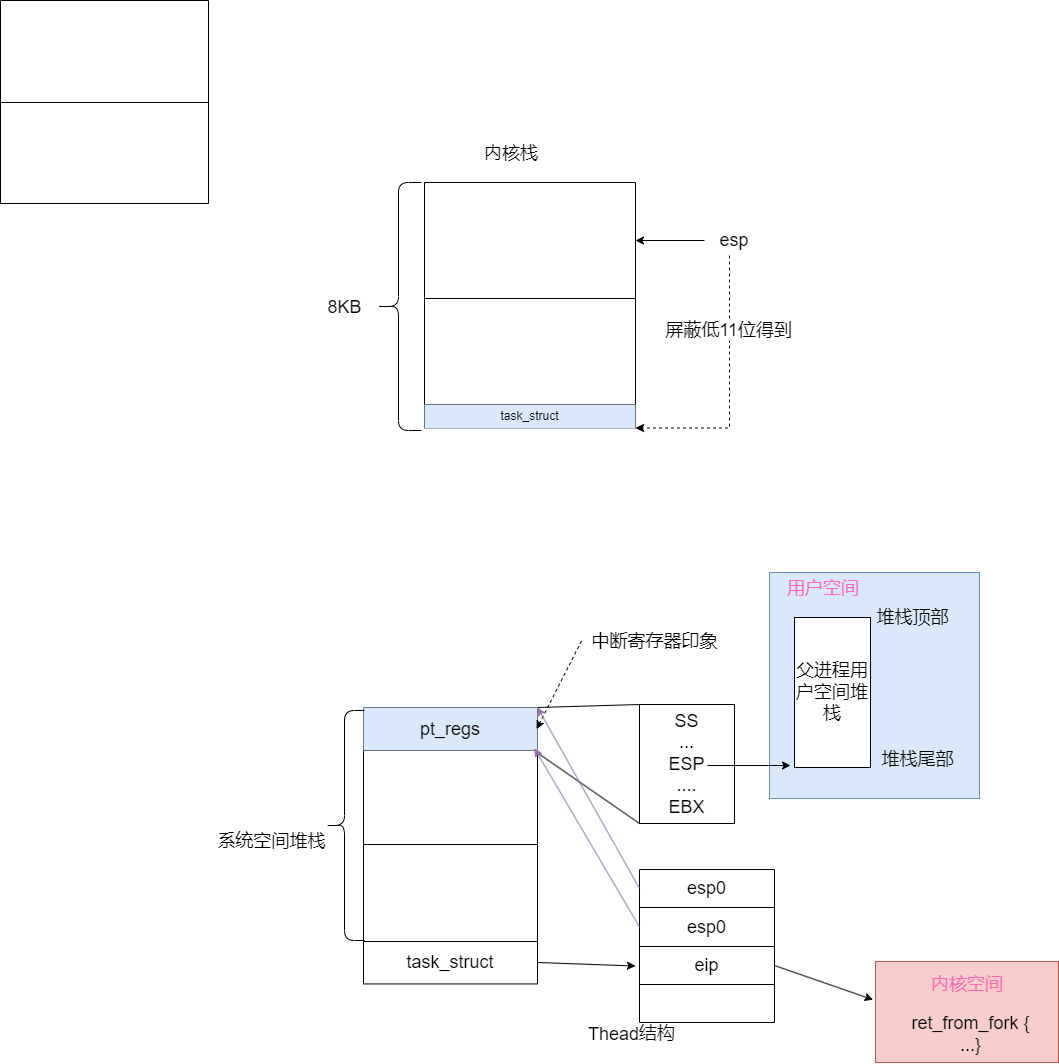
Above: OS/linux内核源代码情景分析/第四章/4.1.drawio.png in SixPlusAndTimes/drawio (draw.io), before the change. Source tidied: cells renumbered, new cells last; positions are measured from the earlier drawing's top-left corner, leaving out a move shared by most shapes.
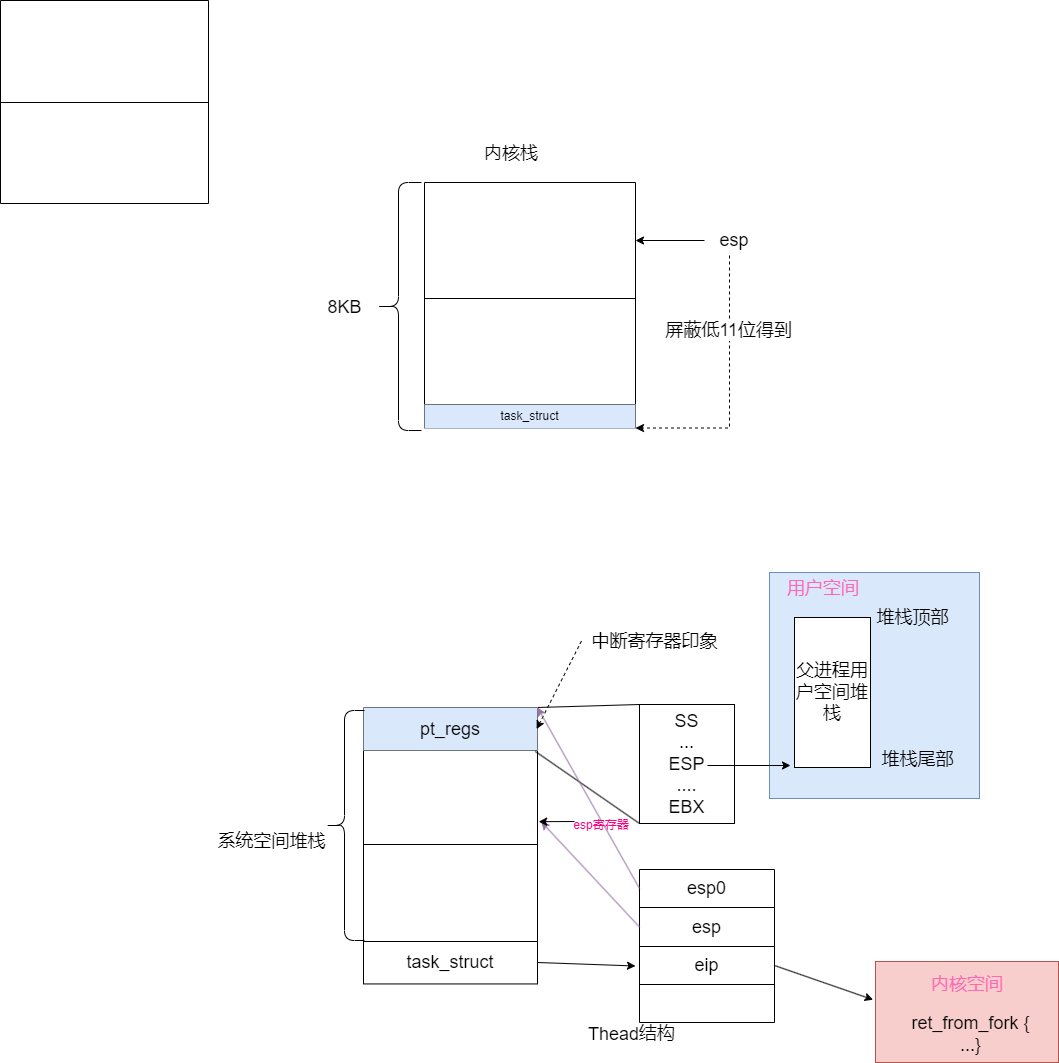
The same diagram one commit later.

What changed in the source:
```diff
@@ -152,7 +152,7 @@
     <mxCell id="48" style="shape=tableRow;horizontal=0;startSize=0;swimlaneHead=0;swimlaneBody=0;top=0;left=0;bottom=0;right=0;fillColor=none;points=[[0,0.5],[1,0.5]];portConstraint=eastwest;fontSize=18;" parent="45" vertex="1">
       <mxGeometry y="38" width="135" height="39" as="geometry" />
     </mxCell>
-    <mxCell id="49" value="esp0" style="shape=partialRectangle;html=1;whiteSpace=wrap;overflow=hidden;fillColor=none;top=0;left=0;bottom=0;right=0;fontSize=18;" parent="48" vertex="1">
+    <mxCell id="49" value="esp" style="shape=partialRectangle;html=1;whiteSpace=wrap;overflow=hidden;fillColor=none;top=0;left=0;bottom=0;right=0;fontSize=18;" parent="48" vertex="1">
       <mxGeometry width="135" height="39" as="geometry" />
     </mxCell>
     <mxCell id="50" style="shape=tableRow;horizontal=0;startSize=0;swimlaneHead=0;swimlaneBody=0;top=0;left=0;bottom=0;right=0;fillColor=none;points=[[0,0.5],[1,0.5]];portConstraint=eastwest;fontSize=18;" parent="45" vertex="1">
@@ -170,7 +170,7 @@
     <mxCell id="54" style="edgeStyle=none;rounded=0;jettySize=auto;html=1;exitX=0;exitY=0.5;exitDx=0;exitDy=0;entryX=1;entryY=0;entryDx=0;entryDy=0;fontSize=18;endArrow=classic;endFill=1;fillColor=#e1d5e7;strokeColor=#9673a6;" parent="1" edge="1" source="46" target="23">
       <mxGeometry relative="1" as="geometry" />
     </mxCell>
-    <mxCell id="55" style="edgeStyle=none;rounded=0;jettySize=auto;html=1;exitX=0;exitY=0.5;exitDx=0;exitDy=0;entryX=0.982;entryY=-0.024;entryDx=0;entryDy=0;entryPerimeter=0;fontSize=18;endArrow=classic;endFill=1;fillColor=#e1d5e7;strokeColor=#9673a6;" parent="1" edge="1" source="48" target="26">
+    <mxCell id="55" style="edgeStyle=none;rounded=0;jettySize=auto;html=1;exitX=0;exitY=0.5;exitDx=0;exitDy=0;entryX=1.021;entryY=0.757;entryDx=0;entryDy=0;entryPerimeter=0;fontSize=18;endArrow=classic;endFill=1;fillColor=#e1d5e7;strokeColor=#9673a6;" parent="1" edge="1" source="48" target="26">
       <mxGeometry relative="1" as="geometry" />
     </mxCell>
     <mxCell id="56" value="&lt;font color=&quot;#ff66b3&quot;&gt;用户空间&lt;/font&gt;" style="text;html=1;strokeColor=none;fillColor=none;align=center;verticalAlign=middle;whiteSpace=wrap;rounded=0;fontSize=18;" parent="1" vertex="1">
@@ -190,5 +190,13 @@
     <mxCell id="60" value="&lt;span style=&quot;color: rgb(0, 0, 0);&quot;&gt;ret_from_fork {&lt;/span&gt;&lt;br style=&quot;color: rgb(0, 0, 0);&quot;&gt;&lt;span style=&quot;color: rgb(0, 0, 0);&quot;&gt;...&lt;/span&gt;&lt;span style=&quot;color: rgb(0, 0, 0);&quot;&gt;}&lt;/span&gt;" style="text;html=1;strokeColor=none;fillColor=none;align=center;verticalAlign=middle;whiteSpace=wrap;rounded=0;fontSize=18;fontColor=#FF66B3;" parent="1" vertex="1">
       <mxGeometry x="894" y="1009" width="153" height="49" as="geometry" />
     </mxCell>
+    <mxCell id="61" style="endArrow=classic;html=1;rounded=0;entryX=1.007;entryY=0.757;entryDx=0;entryDy=0;entryPerimeter=0;" parent="1" edge="1" target="26">
+      <mxGeometry relative="1" as="geometry">
+        <mxPoint x="574" y="821" as="sourcePoint" />
+      </mxGeometry>
+    </mxCell>
+    <mxCell id="62" value="&lt;font color=&quot;#ff0080&quot;&gt;esp寄存器&lt;/font&gt;" style="text;html=1;strokeColor=none;fillColor=none;align=center;verticalAlign=middle;whiteSpace=wrap;rounded=0;" parent="1" vertex="1">
+      <mxGeometry x="571" y="810" width="60" height="30" as="geometry" />
+    </mxCell>
   </root>
 </mxGraphModel>
```
